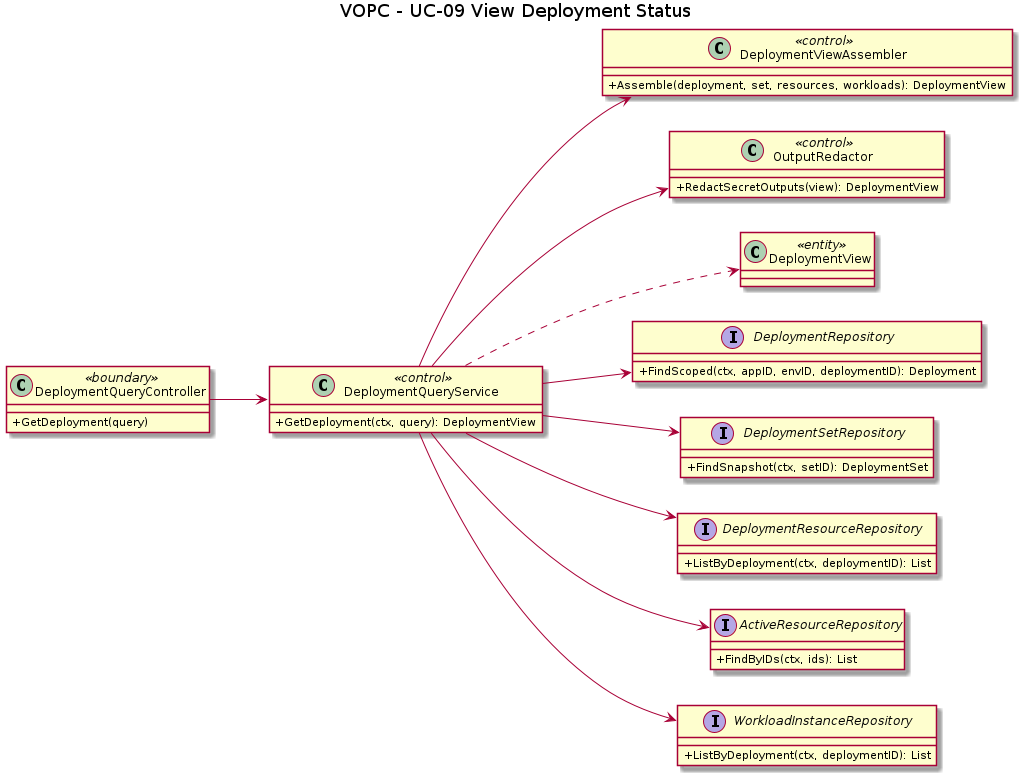
pr3s3nt/poc keeps this PlantUML diagram as orchestrator_docs/usecase/UC-09/vopc.png. Above is the earlier version. Its source is kept beside it as orchestrator_docs/usecase/UC-09/vopc.puml.
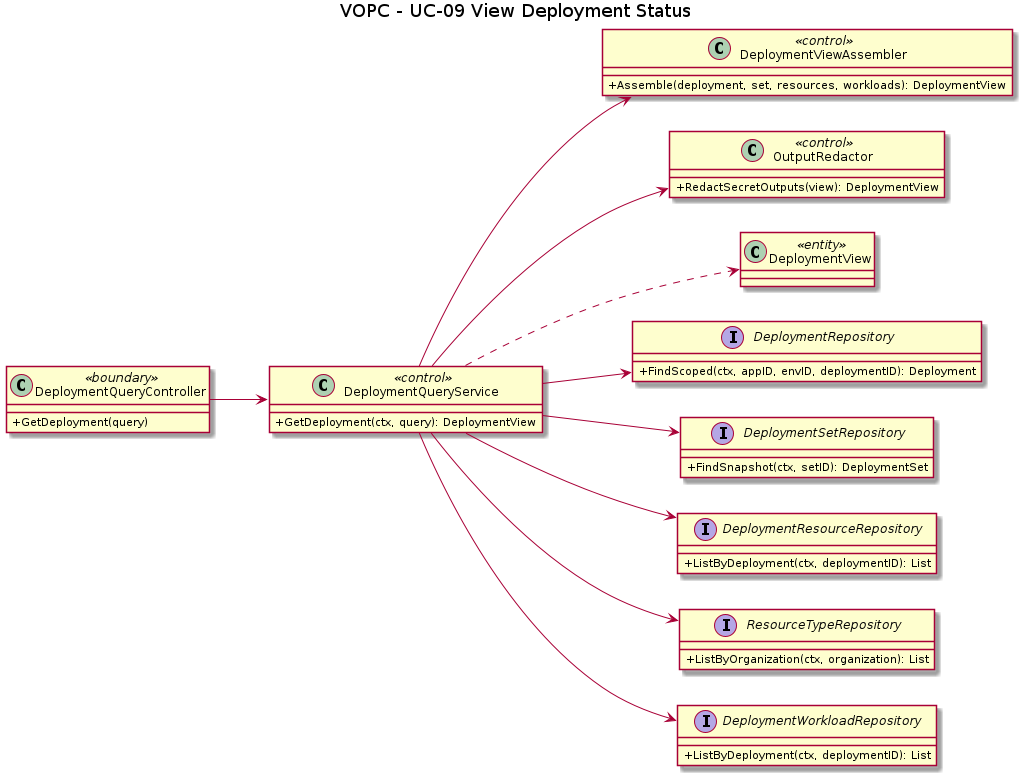
Above is the later version.

The edit, as a diff of the source:
```diff
@@ -24,10 +24,10 @@
 interface DeploymentResourceRepository {
   +ListByDeployment(ctx, deploymentID): List
 }
-interface ActiveResourceRepository {
-  +FindByIDs(ctx, ids): List
+interface ResourceTypeRepository {
+  +ListByOrganization(ctx, organization): List
 }
-interface WorkloadInstanceRepository {
+interface DeploymentWorkloadRepository {
   +ListByDeployment(ctx, deploymentID): List
 }
 DeploymentQueryController --> DeploymentQueryService
@@ -36,7 +36,7 @@
 DeploymentQueryService --> DeploymentRepository
 DeploymentQueryService --> DeploymentSetRepository
 DeploymentQueryService --> DeploymentResourceRepository
-DeploymentQueryService --> ActiveResourceRepository
-DeploymentQueryService --> WorkloadInstanceRepository
+DeploymentQueryService --> ResourceTypeRepository
+DeploymentQueryService --> DeploymentWorkloadRepository
 DeploymentQueryService ..> DeploymentView
 @enduml
```
